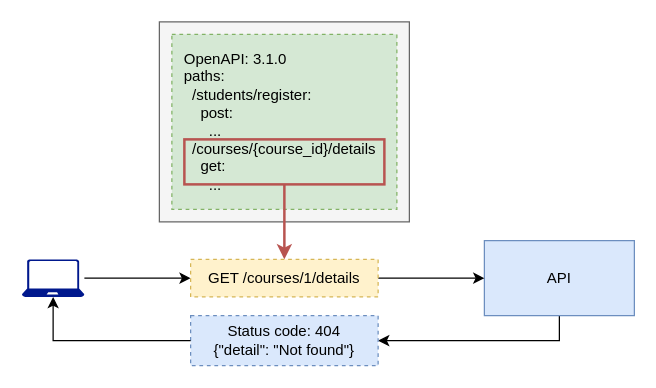
This is page "12.4" (4 of 5) of ch12.drawio from abunuwas/api-sec-book-imgs, a draw.io file, before an edit. Source tidied: cells renumbered, new cells numbered last; positions are measured from the earlier drawing's top-left corner, leaving out a move shared by most shapes. Both pictures are drawn from the tidied source at 125%, with x=0, y=0 at pixel (21, 21).
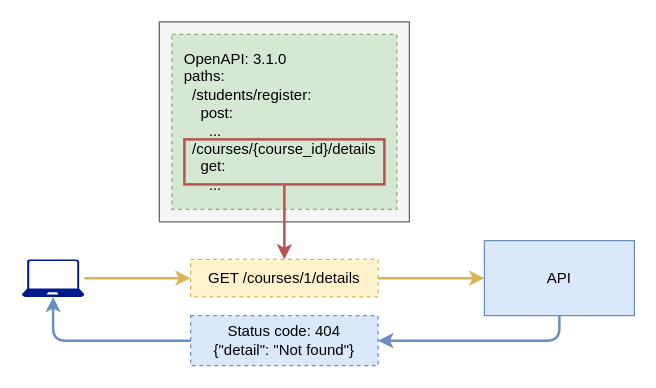
Above is the later version.

Change to the diagram source:
```diff
@@
 <mxGraphModel>
   <root>
     <mxCell id="0" />
     <mxCell id="1" parent="0" />
-    <mxCell id="2" style="edgeStyle=orthogonalEdgeStyle;rounded=0;jettySize=auto;html=1;entryX=1;entryY=0.5;entryDx=0;entryDy=0;" parent="1" edge="1" source="3" target="12">
+    <mxCell id="2" style="edgeStyle=orthogonalEdgeStyle;rounded=1;jettySize=auto;html=1;entryX=1;entryY=0.5;entryDx=0;entryDy=0;fillColor=#dae8fc;strokeColor=#6c8ebf;curved=0;strokeWidth=2;" parent="1" edge="1" source="3" target="12">
       <mxGeometry relative="1" as="geometry">
         <Array as="points">
           <mxPoint x="430" y="255" />
         </Array>
       </mxGeometry>
     </mxCell>
     <mxCell id="3" value="API" style="rounded=0;whiteSpace=wrap;html=1;fillColor=#dae8fc;strokeColor=#6c8ebf;" parent="1" vertex="1">
       <mxGeometry x="370" y="175" width="120" height="60" as="geometry" />
     </mxCell>
-    <mxCell id="4" style="edgeStyle=orthogonalEdgeStyle;rounded=0;jettySize=auto;html=1;entryX=0;entryY=0.5;entryDx=0;entryDy=0;" parent="1" edge="1" source="5" target="11">
+    <mxCell id="4" style="edgeStyle=orthogonalEdgeStyle;rounded=1;jettySize=auto;html=1;entryX=0;entryY=0.5;entryDx=0;entryDy=0;fillColor=#fff2cc;strokeColor=#d6b656;strokeWidth=2;curved=0;" parent="1" edge="1" source="5" target="11">
       <mxGeometry relative="1" as="geometry" />
     </mxCell>
     <mxCell id="5" style="sketch=0;shadow=0;dashed=0;html=1;strokeColor=none;labelPosition=center;verticalLabelPosition=bottom;verticalAlign=top;align=center;fillColor=#00188D;shape=mxgraph.azure.laptop;" parent="1" vertex="1">
       <mxGeometry y="190" width="50" height="30" as="geometry" />
     </mxCell>
     <mxCell id="6" style="rounded=0;whiteSpace=wrap;html=1;fillColor=#f5f5f5;fontColor=#333333;strokeColor=#666666;" parent="1" vertex="1">
       <mxGeometry x="110" width="200" height="160" as="geometry" />
     </mxCell>
     <mxCell id="7" value="OpenAPI: 3.1.0&lt;div&gt;paths:&lt;/div&gt;&lt;div&gt;&amp;nbsp; /students/register:&lt;/div&gt;&lt;div&gt;&amp;nbsp; &amp;nbsp; post:&lt;/div&gt;&lt;div&gt;&amp;nbsp; &amp;nbsp; &amp;nbsp; ...&lt;/div&gt;&lt;div&gt;&amp;nbsp; /courses/{course_id}/details&lt;/div&gt;&lt;div&gt;&amp;nbsp; &amp;nbsp; get:&lt;/div&gt;&lt;div&gt;&amp;nbsp; &amp;nbsp; &amp;nbsp; ...&lt;/div&gt;" style="text;html=1;align=left;verticalAlign=middle;whiteSpace=wrap;rounded=0;strokeColor=#82b366;dashed=1;spacing=10;fillColor=#d5e8d4;" parent="1" vertex="1">
       <mxGeometry x="120" y="10" width="180" height="140" as="geometry" />
     </mxCell>
     <mxCell id="8" style="edgeStyle=orthogonalEdgeStyle;rounded=0;jettySize=auto;html=1;entryX=0.5;entryY=0;entryDx=0;entryDy=0;fillColor=#f8cecc;strokeColor=#b85450;strokeWidth=2;" parent="1" edge="1" source="9" target="11">
       <mxGeometry relative="1" as="geometry" />
     </mxCell>
     <mxCell id="9" style="text;html=1;align=center;verticalAlign=middle;whiteSpace=wrap;rounded=0;strokeColor=#b85450;fillColor=none;strokeWidth=2;" parent="1" vertex="1">
       <mxGeometry x="130" y="94" width="160" height="36" as="geometry" />
     </mxCell>
-    <mxCell id="10" style="edgeStyle=orthogonalEdgeStyle;rounded=0;jettySize=auto;html=1;entryX=0;entryY=0.5;entryDx=0;entryDy=0;" parent="1" edge="1" source="11" target="3">
+    <mxCell id="10" style="edgeStyle=orthogonalEdgeStyle;rounded=1;jettySize=auto;html=1;entryX=0;entryY=0.5;entryDx=0;entryDy=0;fillColor=#fff2cc;strokeColor=#d6b656;strokeWidth=2;curved=0;" parent="1" edge="1" source="11" target="3">
       <mxGeometry relative="1" as="geometry" />
     </mxCell>
     <mxCell id="11" value="GET /courses/1/details" style="text;html=1;align=center;verticalAlign=middle;whiteSpace=wrap;rounded=0;fillColor=#fff2cc;strokeColor=#d6b656;dashed=1;" parent="1" vertex="1">
       <mxGeometry x="135" y="190" width="150" height="30" as="geometry" />
     </mxCell>
     <mxCell id="12" value="Status code: 404&lt;div&gt;{&quot;detail&quot;: &quot;Not found&quot;}&lt;/div&gt;" style="text;html=1;align=center;verticalAlign=middle;whiteSpace=wrap;rounded=0;fillColor=#dae8fc;strokeColor=#6c8ebf;dashed=1;" parent="1" vertex="1">
       <mxGeometry x="135" y="235" width="150" height="40" as="geometry" />
     </mxCell>
-    <mxCell id="13" style="edgeStyle=orthogonalEdgeStyle;rounded=0;jettySize=auto;html=1;entryX=0.5;entryY=1;entryDx=0;entryDy=0;entryPerimeter=0;" parent="1" edge="1" source="12" target="5">
+    <mxCell id="13" style="edgeStyle=orthogonalEdgeStyle;rounded=1;jettySize=auto;html=1;entryX=0.5;entryY=1;entryDx=0;entryDy=0;entryPerimeter=0;fillColor=#dae8fc;strokeColor=#6c8ebf;curved=0;strokeWidth=2;" parent="1" edge="1" source="12" target="5">
       <mxGeometry relative="1" as="geometry" />
     </mxCell>
   </root>
 </mxGraphModel>
```
